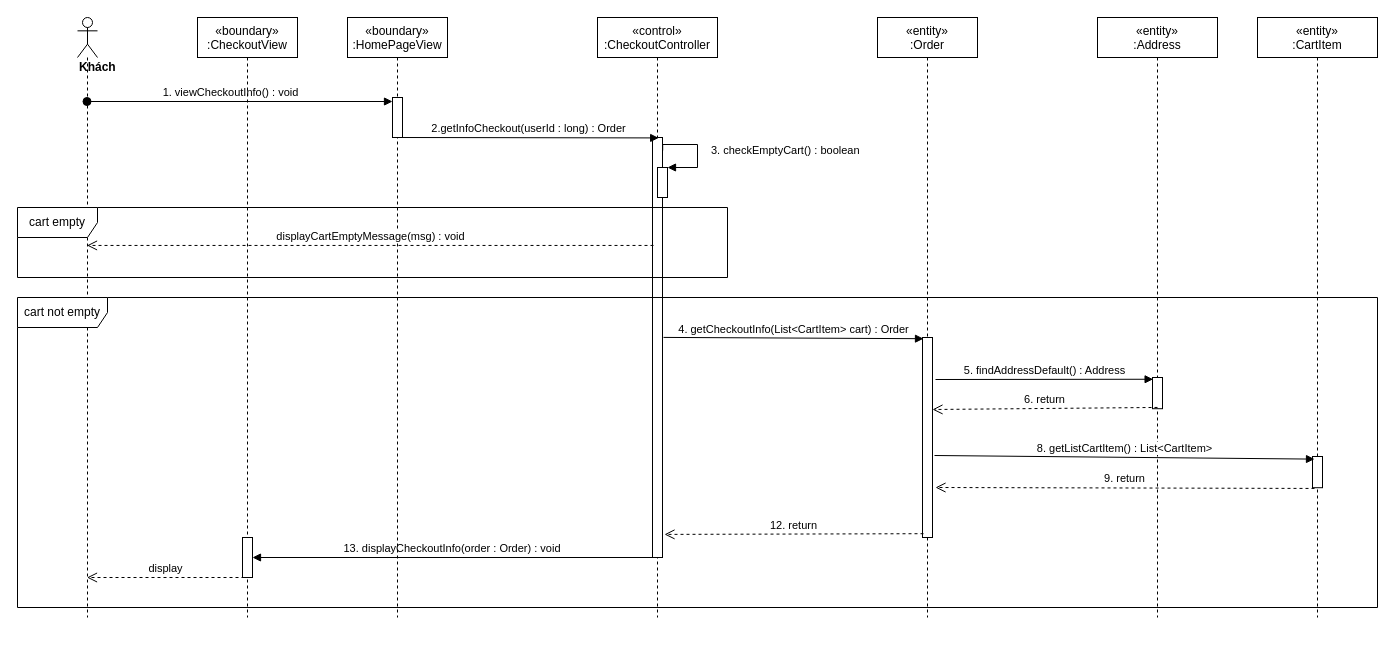
The draw.io diagram sequence diagram/view-checkout-info-sequence.drawio in nguyenphamvan/datn_20202, before the edit. Source tidied: cells renumbered, new cells numbered last; positions are measured from the earlier drawing's top-left corner, leaving out a move shared by most shapes. Both pictures are drawn from the tidied source at 100%, with x=0, y=0 at pixel (17, 17).
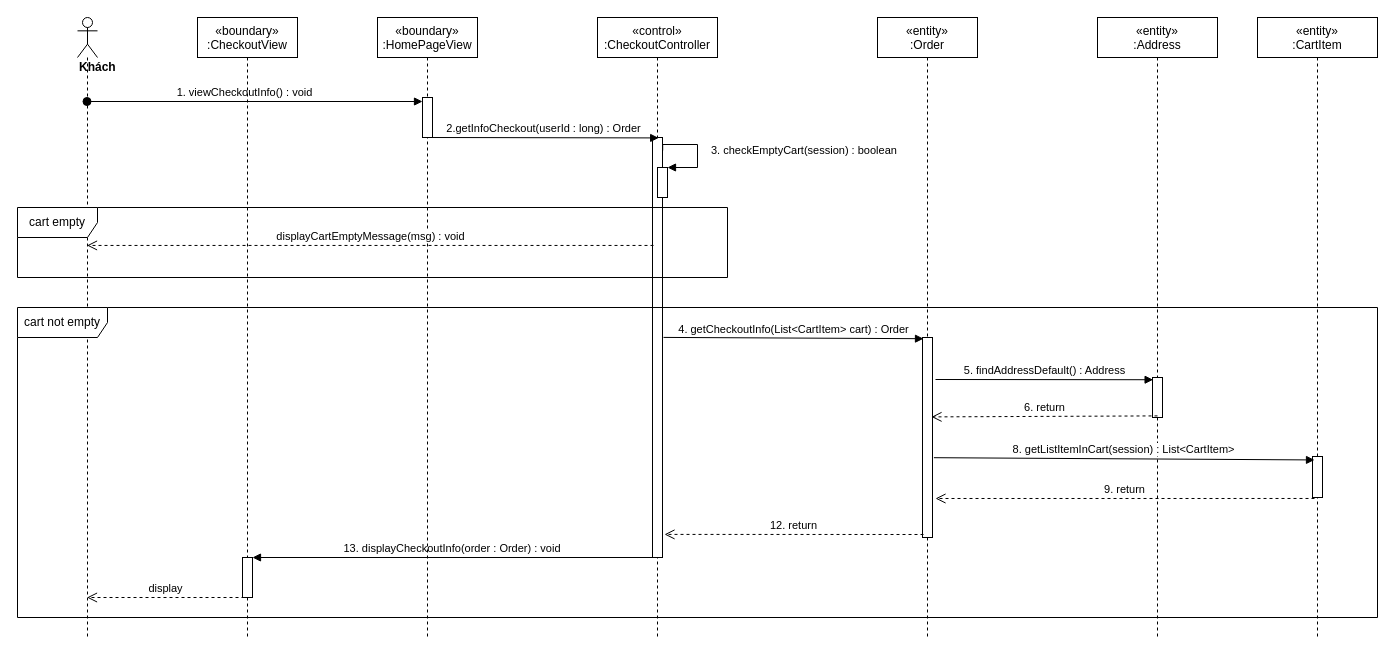
After the change.

The change refers to these unchanged cells:
```xml
<mxCell id="3" style="points=[];perimeter=orthogonalPerimeter;rounded=0;shadow=0;strokeWidth=1;" parent="2" vertex="1">
  <mxGeometry x="55" y="120" width="10" height="420" as="geometry" />
</mxCell>
<mxCell id="4" style="html=1;points=[];perimeter=orthogonalPerimeter;" parent="2" vertex="1">
  <mxGeometry x="60" y="150" width="10" height="30" as="geometry" />
</mxCell>
<mxCell id="9" style="points=[];perimeter=orthogonalPerimeter;rounded=0;shadow=0;strokeWidth=1;" parent="8" vertex="1">
  <mxGeometry x="45" y="320" width="10" height="200" as="geometry" />
</mxCell>
```

The edit, as a diff of the source:
```diff
@@
     <mxCell id="2" value="«control»&#10;:CheckoutController" style="shape=umlLifeline;perimeter=lifelinePerimeter;rounded=0;shadow=0;strokeWidth=1;" parent="1" vertex="1">
-      <mxGeometry x="580" width="120" height="600" as="geometry" />
+      <mxGeometry x="580" width="120" height="620" as="geometry" />
     </mxCell>
@@
-    <mxCell id="5" value="3. checkEmptyCart() : boolean" style="edgeStyle=orthogonalEdgeStyle;html=1;align=left;spacingLeft=2;endArrow=block;rounded=0;entryX=1;entryY=0;exitX=1.02;exitY=0.031;exitDx=0;exitDy=0;exitPerimeter=0;" parent="2" edge="1" source="3" target="4">
+    <mxCell id="5" value="3. checkEmptyCart(session) : boolean" style="edgeStyle=orthogonalEdgeStyle;html=1;align=left;spacingLeft=2;endArrow=block;rounded=0;entryX=1;entryY=0;exitX=1.02;exitY=0.031;exitDx=0;exitDy=0;exitPerimeter=0;" parent="2" edge="1" source="3" target="4">
       <mxGeometry x="0.01" y="10" relative="1" as="geometry">
         <Array as="points">
           <mxPoint x="100" y="127" />
           <mxPoint x="100" y="150" />
         </Array>
       </mxGeometry>
     </mxCell>
     <mxCell id="6" value="&lt;div&gt;&lt;b&gt;Khách&lt;/b&gt;&lt;/div&gt;" style="shape=umlLifeline;participant=umlActor;perimeter=lifelinePerimeter;whiteSpace=wrap;html=1;verticalAlign=top;spacingTop=36;outlineConnect=0;align=left;" parent="1" vertex="1">
-      <mxGeometry x="60" width="20" height="600" as="geometry" />
+      <mxGeometry x="60" width="20" height="620" as="geometry" />
     </mxCell>
@@
     <mxCell id="8" value="«entity»&#10;:Order" style="shape=umlLifeline;perimeter=lifelinePerimeter;rounded=0;shadow=0;strokeWidth=1;" parent="1" vertex="1">
-      <mxGeometry x="860" width="100" height="600" as="geometry" />
+      <mxGeometry x="860" width="100" height="620" as="geometry" />
     </mxCell>
@@
     <mxCell id="11" value="«entity»&#10;:Address" style="shape=umlLifeline;perimeter=lifelinePerimeter;rounded=0;shadow=0;strokeWidth=1;" parent="1" vertex="1">
-      <mxGeometry x="1080" width="120" height="600" as="geometry" />
+      <mxGeometry x="1080" width="120" height="620" as="geometry" />
     </mxCell>
     <mxCell id="12" style="points=[];perimeter=orthogonalPerimeter;rounded=0;shadow=0;strokeWidth=1;" parent="11" vertex="1">
-      <mxGeometry x="55" y="360" width="10" height="31.2" as="geometry" />
+      <mxGeometry x="55" y="360" width="10" height="40" as="geometry" />
     </mxCell>
@@
-    <mxCell id="15" value="12. return" style="html=1;verticalAlign=bottom;endArrow=open;dashed=1;endSize=8;rounded=0;exitX=0.1;exitY=0.981;exitDx=0;exitDy=0;exitPerimeter=0;entryX=1.2;entryY=0.945;entryDx=0;entryDy=0;entryPerimeter=0;" parent="1" edge="1" source="9" target="3">
-      <mxGeometry relative="1" as="geometry" />
+    <mxCell id="15" value="12. return" style="html=1;verticalAlign=bottom;endArrow=open;dashed=1;endSize=8;rounded=0;entryX=1.2;entryY=0.945;entryDx=0;entryDy=0;entryPerimeter=0;" parent="1" edge="1" target="3">
+      <mxGeometry relative="1" as="geometry">
+        <mxPoint x="906" y="517" as="sourcePoint" />
+      </mxGeometry>
     </mxCell>
     <mxCell id="16" value="«entity»&#10;:CartItem" style="shape=umlLifeline;perimeter=lifelinePerimeter;rounded=0;shadow=0;strokeWidth=1;" parent="1" vertex="1">
-      <mxGeometry x="1240" width="120" height="600" as="geometry" />
+      <mxGeometry x="1240" width="120" height="620" as="geometry" />
     </mxCell>
     <mxCell id="17" style="points=[];perimeter=orthogonalPerimeter;rounded=0;shadow=0;strokeWidth=1;" parent="16" vertex="1">
-      <mxGeometry x="55" y="439" width="10" height="31.2" as="geometry" />
+      <mxGeometry x="55" y="439" width="10" height="41" as="geometry" />
     </mxCell>
-    <mxCell id="18" value="8. getListCartItem() : List&amp;lt;CartItem&amp;gt;" style="html=1;verticalAlign=bottom;endArrow=block;entryX=0.2;entryY=0.084;entryDx=0;entryDy=0;entryPerimeter=0;exitX=1.2;exitY=0.59;exitDx=0;exitDy=0;exitPerimeter=0;" parent="1" edge="1" source="9" target="17">
+    <mxCell id="18" value="8. getListItemInCart(session) : List&amp;lt;CartItem&amp;gt;" style="html=1;verticalAlign=bottom;endArrow=block;entryX=0.2;entryY=0.084;entryDx=0;entryDy=0;entryPerimeter=0;exitX=1.14;exitY=0.601;exitDx=0;exitDy=0;exitPerimeter=0;" parent="1" edge="1" source="9" target="17">
       <mxGeometry relative="1" as="geometry" />
     </mxCell>
-    <mxCell id="19" value="9. return" style="html=1;verticalAlign=bottom;endArrow=open;dashed=1;endSize=8;entryX=1.3;entryY=0.75;entryDx=0;entryDy=0;entryPerimeter=0;exitX=0.2;exitY=1.024;exitDx=0;exitDy=0;exitPerimeter=0;" parent="1" edge="1" source="17" target="9">
-      <mxGeometry relative="1" as="geometry" />
+    <mxCell id="19" value="9. return" style="html=1;verticalAlign=bottom;endArrow=open;dashed=1;endSize=8;exitX=0.2;exitY=1.024;exitDx=0;exitDy=0;exitPerimeter=0;" parent="1" edge="1" source="17">
+      <mxGeometry relative="1" as="geometry">
+        <mxPoint x="918" y="481" as="targetPoint" />
+      </mxGeometry>
     </mxCell>
     <mxCell id="20" value="«boundary»&#10;:HomePageView" style="shape=umlLifeline;perimeter=lifelinePerimeter;rounded=0;shadow=0;strokeWidth=1;" parent="1" vertex="1">
-      <mxGeometry x="330" width="100" height="600" as="geometry" />
+      <mxGeometry x="360" width="100" height="620" as="geometry" />
     </mxCell>
@@
     <mxCell id="23" value="«boundary»&#10;:CheckoutView" style="shape=umlLifeline;perimeter=lifelinePerimeter;rounded=0;shadow=0;strokeWidth=1;" parent="1" vertex="1">
-      <mxGeometry x="180" width="100" height="600" as="geometry" />
+      <mxGeometry x="180" width="100" height="620" as="geometry" />
     </mxCell>
     <mxCell id="24" style="html=1;points=[];perimeter=orthogonalPerimeter;" parent="23" vertex="1">
-      <mxGeometry x="45" y="520" width="10" height="40" as="geometry" />
+      <mxGeometry x="45" y="540" width="10" height="40" as="geometry" />
     </mxCell>
@@
-    <mxCell id="27" value="6. return" style="html=1;verticalAlign=bottom;endArrow=open;dashed=1;endSize=8;exitX=0.5;exitY=0.96;exitDx=0;exitDy=0;exitPerimeter=0;entryX=1;entryY=0.36;entryDx=0;entryDy=0;entryPerimeter=0;" parent="1" edge="1" source="12" target="9">
+    <mxCell id="27" value="6. return" style="html=1;verticalAlign=bottom;endArrow=open;dashed=1;endSize=8;exitX=0.5;exitY=0.96;exitDx=0;exitDy=0;exitPerimeter=0;entryX=0.9;entryY=0.397;entryDx=0;entryDy=0;entryPerimeter=0;" parent="1" edge="1" source="12" target="9">
       <mxGeometry relative="1" as="geometry" />
     </mxCell>
@@
     <mxCell id="29" value="cart not empty" style="shape=umlFrame;whiteSpace=wrap;html=1;width=90;height=30;" parent="1" vertex="1">
-      <mxGeometry y="280" width="1360" height="310" as="geometry" />
+      <mxGeometry y="290" width="1360" height="310" as="geometry" />
     </mxCell>
```
